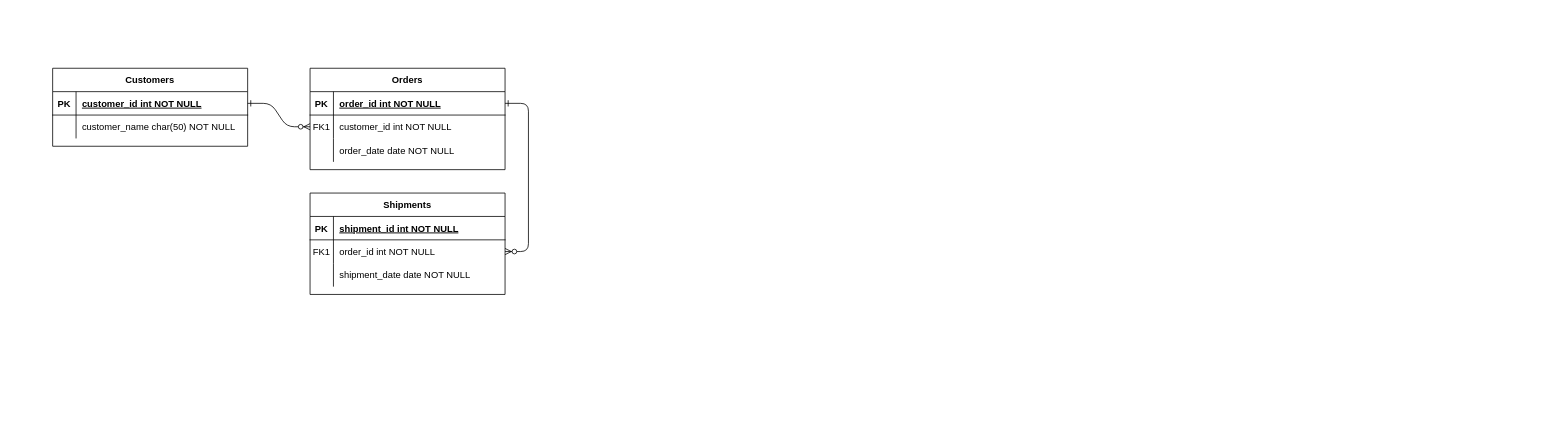
Earlier version of the draw.io diagram Untitled Diagram.drawio (josephgreffenkomala/Basis-Data). Source tidied: cells renumbered, new cells numbered last; positions are measured from the earlier drawing's top-left corner, leaving out a move shared by most shapes. Both pictures are drawn from the tidied source at 78%, with x=0, y=0 at pixel (52, 68).
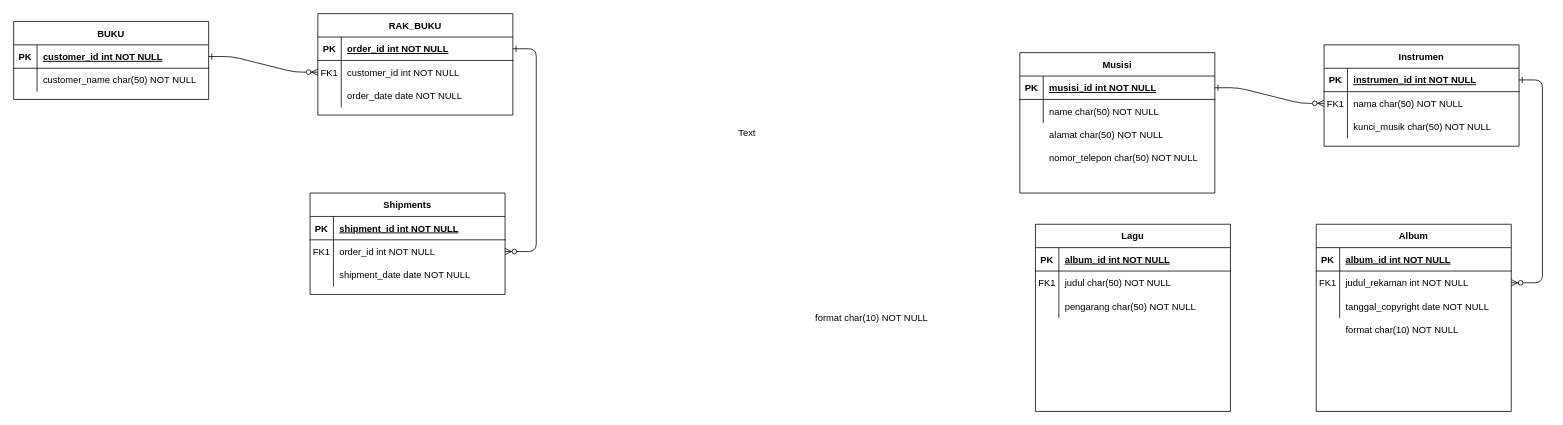
After the change.

Change to the diagram source:
```diff
@@
-    <mxCell id="4" value="Orders" style="shape=table;startSize=30;childLayout=tableLayout;rowLines=0;fontStyle=1;align=center;" parent="1" vertex="1">
-      <mxGeometry x="330" width="250" height="130" as="geometry" />
+    <mxCell id="4" value="RAK_BUKU" style="shape=table;startSize=30;childLayout=tableLayout;rowLines=0;fontStyle=1;align=center;" parent="1" vertex="1">
+      <mxGeometry x="340" y="-70" width="250" height="130" as="geometry" />
     </mxCell>
@@
-    <mxCell id="24" value="Customers" style="shape=table;startSize=30;childLayout=tableLayout;rowLines=0;fontStyle=1;align=center;" parent="1" vertex="1">
-      <mxGeometry width="250" height="100" as="geometry" />
+    <mxCell id="24" value="BUKU" style="shape=table;startSize=30;childLayout=tableLayout;rowLines=0;fontStyle=1;align=center;" parent="1" vertex="1">
+      <mxGeometry x="-50" y="-60" width="250" height="100" as="geometry" />
     </mxCell>
@@
+    <mxCell id="31" value="Text" style="text;html=1;align=center;verticalAlign=middle;strokeColor=none;fillColor=none;" parent="1" vertex="1">
+      <mxGeometry x="865" y="68" width="50" height="30" as="geometry" />
+    </mxCell>
+    <mxCell id="32" style="edgeStyle=entityRelationEdgeStyle;endArrow=ERzeroToMany;startArrow=ERone;endFill=1;startFill=0;" parent="1" edge="1" source="55" target="38">
+      <mxGeometry relative="1" as="geometry" />
+    </mxCell>
+    <mxCell id="33" style="edgeStyle=entityRelationEdgeStyle;endArrow=ERzeroToMany;startArrow=ERone;endFill=1;startFill=0;" parent="1" edge="1" source="35" target="48">
+      <mxGeometry relative="1" as="geometry" />
+    </mxCell>
+    <mxCell id="34" value="Instrumen" style="shape=table;startSize=30;childLayout=tableLayout;rowLines=0;fontStyle=1;align=center;" parent="1" vertex="1">
+      <mxGeometry x="1630" y="-30" width="250" height="130" as="geometry" />
+    </mxCell>
+    <mxCell id="35" style="shape=partialRectangle;fillColor=none;points=[[0,0.5],[1,0.5]];portConstraint=eastwest;top=0;left=0;right=0;bottom=1;" parent="34" vertex="1">
+      <mxGeometry y="30" width="250" height="30" as="geometry" />
+    </mxCell>
+    <mxCell id="36" value="PK" style="shape=partialRectangle;overflow=hidden;fillColor=none;top=0;left=0;bottom=0;right=0;fontStyle=1;" parent="35" vertex="1">
+      <mxGeometry width="30" height="30" as="geometry" />
+    </mxCell>
+    <mxCell id="37" value="instrumen_id int NOT NULL " style="shape=partialRectangle;overflow=hidden;fillColor=none;top=0;left=0;bottom=0;right=0;align=left;spacingLeft=6;fontStyle=5;" parent="35" vertex="1">
+      <mxGeometry x="30" width="220" height="30" as="geometry" />
+    </mxCell>
+    <mxCell id="38" style="shape=partialRectangle;fillColor=none;points=[[0,0.5],[1,0.5]];portConstraint=eastwest;top=0;left=0;right=0;bottom=0;" parent="34" vertex="1">
+      <mxGeometry y="60" width="250" height="30" as="geometry" />
+    </mxCell>
+    <mxCell id="39" value="FK1" style="shape=partialRectangle;overflow=hidden;fillColor=none;top=0;left=0;bottom=0;right=0;" parent="38" vertex="1">
+      <mxGeometry width="30" height="30" as="geometry" />
+    </mxCell>
+    <mxCell id="40" value="nama char(50) NOT NULL" style="shape=partialRectangle;overflow=hidden;fillColor=none;top=0;left=0;bottom=0;right=0;align=left;spacingLeft=6;" parent="38" vertex="1">
+      <mxGeometry x="30" width="220" height="30" as="geometry" />
+    </mxCell>
+    <mxCell id="41" style="shape=partialRectangle;fillColor=none;top=0;left=0;right=0;bottom=0;" parent="34" vertex="1">
+      <mxGeometry y="90" width="250" height="30" as="geometry" />
+    </mxCell>
+    <mxCell id="42" style="shape=partialRectangle;overflow=hidden;fillColor=none;top=0;left=0;bottom=0;right=0;" parent="41" vertex="1">
+      <mxGeometry width="30" height="30" as="geometry" />
+    </mxCell>
+    <mxCell id="43" value="kunci_musik char(50) NOT NULL" style="shape=partialRectangle;overflow=hidden;fillColor=none;top=0;left=0;bottom=0;right=0;align=left;spacingLeft=6;" parent="41" vertex="1">
+      <mxGeometry x="30" width="220" height="30" as="geometry" />
+    </mxCell>
+    <mxCell id="44" value="Album" style="shape=table;startSize=30;childLayout=tableLayout;rowLines=0;fontStyle=1;align=center;" parent="1" vertex="1">
+      <mxGeometry x="1620" y="200" width="250" height="240" as="geometry" />
+    </mxCell>
+    <mxCell id="45" style="shape=partialRectangle;fillColor=none;top=0;left=0;right=0;bottom=1;" parent="44" vertex="1">
+      <mxGeometry y="30" width="250" height="30" as="geometry" />
+    </mxCell>
+    <mxCell id="46" value="PK" style="shape=partialRectangle;overflow=hidden;fillColor=none;top=0;left=0;bottom=0;right=0;fontStyle=1;" parent="45" vertex="1">
+      <mxGeometry width="30" height="30" as="geometry" />
+    </mxCell>
+    <mxCell id="47" value="album_id int NOT NULL " style="shape=partialRectangle;overflow=hidden;fillColor=none;top=0;left=0;bottom=0;right=0;align=left;spacingLeft=6;fontStyle=5;" parent="45" vertex="1">
+      <mxGeometry x="30" width="220" height="30" as="geometry" />
+    </mxCell>
+    <mxCell id="48" style="shape=partialRectangle;fillColor=none;points=[[0,0.5],[1,0.5]];portConstraint=eastwest;top=0;left=0;right=0;bottom=0;" parent="44" vertex="1">
+      <mxGeometry y="60" width="250" height="30" as="geometry" />
+    </mxCell>
+    <mxCell id="49" value="FK1" style="shape=partialRectangle;overflow=hidden;fillColor=none;top=0;left=0;bottom=0;right=0;" parent="48" vertex="1">
+      <mxGeometry width="30" height="30" as="geometry" />
+    </mxCell>
+    <mxCell id="50" value="judul_rekaman int NOT NULL" style="shape=partialRectangle;overflow=hidden;fillColor=none;top=0;left=0;bottom=0;right=0;align=left;spacingLeft=6;" parent="48" vertex="1">
+      <mxGeometry x="30" width="220" height="30" as="geometry" />
+    </mxCell>
+    <mxCell id="51" style="shape=partialRectangle;fillColor=none;top=0;left=0;right=0;bottom=0;" parent="44" vertex="1">
+      <mxGeometry y="90" width="250" height="30" as="geometry" />
+    </mxCell>
+    <mxCell id="52" style="shape=partialRectangle;overflow=hidden;fillColor=none;top=0;left=0;bottom=0;right=0;" parent="51" vertex="1">
+      <mxGeometry width="30" height="30" as="geometry" />
+    </mxCell>
+    <mxCell id="53" value="tanggal_copyright date NOT NULL" style="shape=partialRectangle;overflow=hidden;fillColor=none;top=0;left=0;bottom=0;right=0;align=left;spacingLeft=6;" parent="51" vertex="1">
+      <mxGeometry x="30" width="220" height="30" as="geometry" />
+    </mxCell>
+    <mxCell id="54" value="Musisi" style="shape=table;startSize=30;childLayout=tableLayout;rowLines=0;fontStyle=1;align=center;" parent="1" vertex="1">
+      <mxGeometry x="1240" y="-20" width="250" height="180" as="geometry" />
+    </mxCell>
+    <mxCell id="55" style="shape=partialRectangle;fillColor=none;points=[[0,0.5],[1,0.5]];portConstraint=eastwest;top=0;left=0;right=0;bottom=1;" parent="54" vertex="1">
+      <mxGeometry y="30" width="250" height="30" as="geometry" />
+    </mxCell>
+    <mxCell id="56" value="PK" style="shape=partialRectangle;overflow=hidden;fillColor=none;top=0;left=0;bottom=0;right=0;fontStyle=1;" parent="55" vertex="1">
+      <mxGeometry width="30" height="30" as="geometry" />
+    </mxCell>
+    <mxCell id="57" value="musisi_id int NOT NULL " style="shape=partialRectangle;overflow=hidden;fillColor=none;top=0;left=0;bottom=0;right=0;align=left;spacingLeft=6;fontStyle=5;" parent="55" vertex="1">
+      <mxGeometry x="30" width="220" height="30" as="geometry" />
+    </mxCell>
+    <mxCell id="58" style="shape=partialRectangle;fillColor=none;top=0;left=0;right=0;bottom=0;" parent="54" vertex="1">
+      <mxGeometry y="60" width="250" height="30" as="geometry" />
+    </mxCell>
+    <mxCell id="59" style="shape=partialRectangle;overflow=hidden;fillColor=none;top=0;left=0;bottom=0;right=0;" parent="58" vertex="1">
+      <mxGeometry width="30" height="30" as="geometry" />
+    </mxCell>
+    <mxCell id="60" value="name char(50) NOT NULL" style="shape=partialRectangle;overflow=hidden;fillColor=none;top=0;left=0;bottom=0;right=0;align=left;spacingLeft=6;" parent="58" vertex="1">
+      <mxGeometry x="30" width="220" height="30" as="geometry" />
+    </mxCell>
+    <mxCell id="61" value="alamat char(50) NOT NULL" style="shape=partialRectangle;overflow=hidden;fillColor=none;top=0;left=0;bottom=0;right=0;align=left;spacingLeft=6;" parent="1" vertex="1">
+      <mxGeometry x="1270" y="70" width="220" height="30" as="geometry" />
+    </mxCell>
+    <mxCell id="62" value="nomor_telepon char(50) NOT NULL" style="shape=partialRectangle;overflow=hidden;fillColor=none;top=0;left=0;bottom=0;right=0;align=left;spacingLeft=6;" parent="1" vertex="1">
+      <mxGeometry x="1270" y="100" width="220" height="30" as="geometry" />
+    </mxCell>
+    <mxCell id="63" value="format char(10) NOT NULL" style="shape=partialRectangle;overflow=hidden;fillColor=none;top=0;left=0;bottom=0;right=0;align=left;spacingLeft=6;" parent="1" vertex="1">
+      <mxGeometry x="1650" y="320" width="220" height="30" as="geometry" />
+    </mxCell>
+    <mxCell id="64" value="Lagu" style="shape=table;startSize=30;childLayout=tableLayout;rowLines=0;fontStyle=1;align=center;" parent="1" vertex="1">
+      <mxGeometry x="1260" y="200" width="250" height="240" as="geometry" />
+    </mxCell>
+    <mxCell id="65" style="shape=partialRectangle;fillColor=none;top=0;left=0;right=0;bottom=1;" parent="64" vertex="1">
+      <mxGeometry y="30" width="250" height="30" as="geometry" />
+    </mxCell>
+    <mxCell id="66" value="PK" style="shape=partialRectangle;overflow=hidden;fillColor=none;top=0;left=0;bottom=0;right=0;fontStyle=1;" parent="65" vertex="1">
+      <mxGeometry width="30" height="30" as="geometry" />
+    </mxCell>
+    <mxCell id="67" value="album_id int NOT NULL " style="shape=partialRectangle;overflow=hidden;fillColor=none;top=0;left=0;bottom=0;right=0;align=left;spacingLeft=6;fontStyle=5;" parent="65" vertex="1">
+      <mxGeometry x="30" width="220" height="30" as="geometry" />
+    </mxCell>
+    <mxCell id="68" style="shape=partialRectangle;fillColor=none;top=0;left=0;right=0;bottom=0;" parent="64" vertex="1">
+      <mxGeometry y="60" width="250" height="30" as="geometry" />
+    </mxCell>
+    <mxCell id="69" value="FK1" style="shape=partialRectangle;overflow=hidden;fillColor=none;top=0;left=0;bottom=0;right=0;" parent="68" vertex="1">
+      <mxGeometry width="30" height="30" as="geometry" />
+    </mxCell>
+    <mxCell id="70" value="judul char(50) NOT NULL" style="shape=partialRectangle;overflow=hidden;fillColor=none;top=0;left=0;bottom=0;right=0;align=left;spacingLeft=6;" parent="68" vertex="1">
+      <mxGeometry x="30" width="220" height="30" as="geometry" />
+    </mxCell>
+    <mxCell id="71" style="shape=partialRectangle;fillColor=none;top=0;left=0;right=0;bottom=0;" parent="64" vertex="1">
+      <mxGeometry y="90" width="250" height="30" as="geometry" />
+    </mxCell>
+    <mxCell id="72" style="shape=partialRectangle;overflow=hidden;fillColor=none;top=0;left=0;bottom=0;right=0;" parent="71" vertex="1">
+      <mxGeometry width="30" height="30" as="geometry" />
+    </mxCell>
+    <mxCell id="73" value="pengarang char(50) NOT NULL" style="shape=partialRectangle;overflow=hidden;fillColor=none;top=0;left=0;bottom=0;right=0;align=left;spacingLeft=6;" parent="71" vertex="1">
+      <mxGeometry x="30" width="220" height="30" as="geometry" />
+    </mxCell>
+    <mxCell id="74" value="format char(10) NOT NULL" style="shape=partialRectangle;overflow=hidden;fillColor=none;top=0;left=0;bottom=0;right=0;align=left;spacingLeft=6;" parent="1" vertex="1">
+      <mxGeometry x="970" y="305" width="220" height="30" as="geometry" />
+    </mxCell>
```
